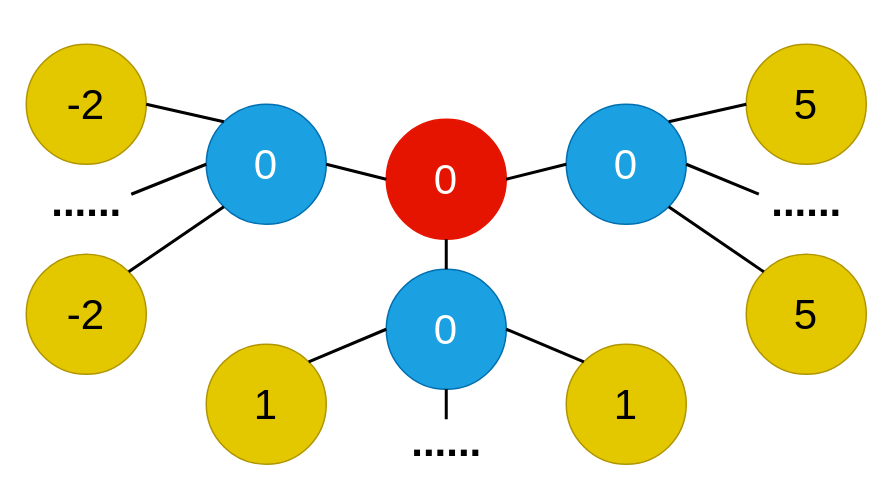
Before: resolutioneg_s.drawio in joneswong/draw, a draw.io diagram. Source tidied: cells renumbered, new cells numbered last; positions are measured from the earlier drawing's top-left corner, leaving out a move shared by most shapes. Both pictures are drawn from the tidied source at 150%, with x=0, y=0 at pixel (26, 44).
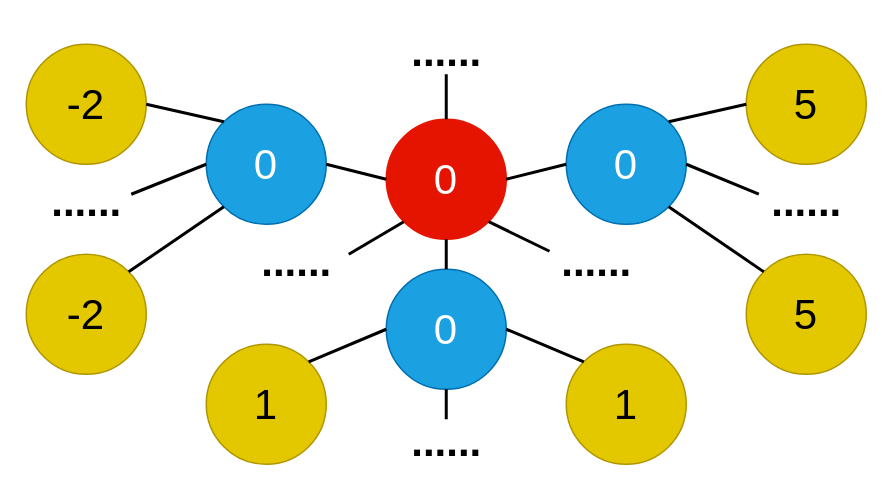
The same diagram, later.

The change refers to these unchanged cells:
```xml
<mxCell id="2" value="&lt;font style=&quot;font-size: 28px&quot;&gt;0&lt;/font&gt;" style="ellipse;whiteSpace=wrap;html=1;fillColor=#e51400;fontColor=#ffffff;strokeColor=#E51400;" parent="1" vertex="1">
  <mxGeometry x="240" y="50" width="80" height="80" as="geometry" />
</mxCell>
```

Diff of the diagram source:
```diff
@@
+    <mxCell id="27" value="&lt;font style=&quot;font-size: 28px&quot;&gt;&lt;b&gt;......&lt;/b&gt;&lt;/font&gt;" style="text;html=1;align=center;verticalAlign=middle;points=[];strokeColor=none;" parent="1" vertex="1">
+      <mxGeometry x="250" y="-10" width="60" height="30" as="geometry" />
+    </mxCell>
+    <mxCell id="28" style="rounded=0;jettySize=auto;html=1;endArrow=none;endFill=0;strokeWidth=2;entryX=0.5;entryY=0;entryDx=0;entryDy=0;" parent="1" edge="1" source="27" target="2">
+      <mxGeometry relative="1" as="geometry" />
+    </mxCell>
+    <mxCell id="29" value="&lt;font style=&quot;font-size: 28px&quot;&gt;&lt;b&gt;......&lt;/b&gt;&lt;/font&gt;" style="text;html=1;align=center;verticalAlign=middle;strokeColor=none;" parent="1" vertex="1">
+      <mxGeometry x="150" y="130" width="60" height="30" as="geometry" />
+    </mxCell>
+    <mxCell id="30" value="&lt;font style=&quot;font-size: 28px&quot;&gt;&lt;b&gt;......&lt;/b&gt;&lt;/font&gt;" style="text;html=1;align=center;verticalAlign=middle;points=[];strokeColor=none;" parent="1" vertex="1">
+      <mxGeometry x="350" y="130" width="60" height="30" as="geometry" />
+    </mxCell>
+    <mxCell id="31" style="rounded=0;jettySize=auto;html=1;exitX=0;exitY=1;exitDx=0;exitDy=0;endArrow=none;endFill=0;strokeWidth=2;" parent="1" edge="1" source="2">
+      <mxGeometry relative="1" as="geometry">
+        <mxPoint x="215" y="140" as="targetPoint" />
+      </mxGeometry>
+    </mxCell>
+    <mxCell id="32" style="rounded=0;jettySize=auto;html=1;exitX=1;exitY=1;exitDx=0;exitDy=0;endArrow=none;endFill=0;strokeWidth=2;entryX=-0.019;entryY=0.267;entryDx=0;entryDy=0;entryPerimeter=0;" parent="1" edge="1" source="2" target="30">
+      <mxGeometry relative="1" as="geometry" />
+    </mxCell>
```
